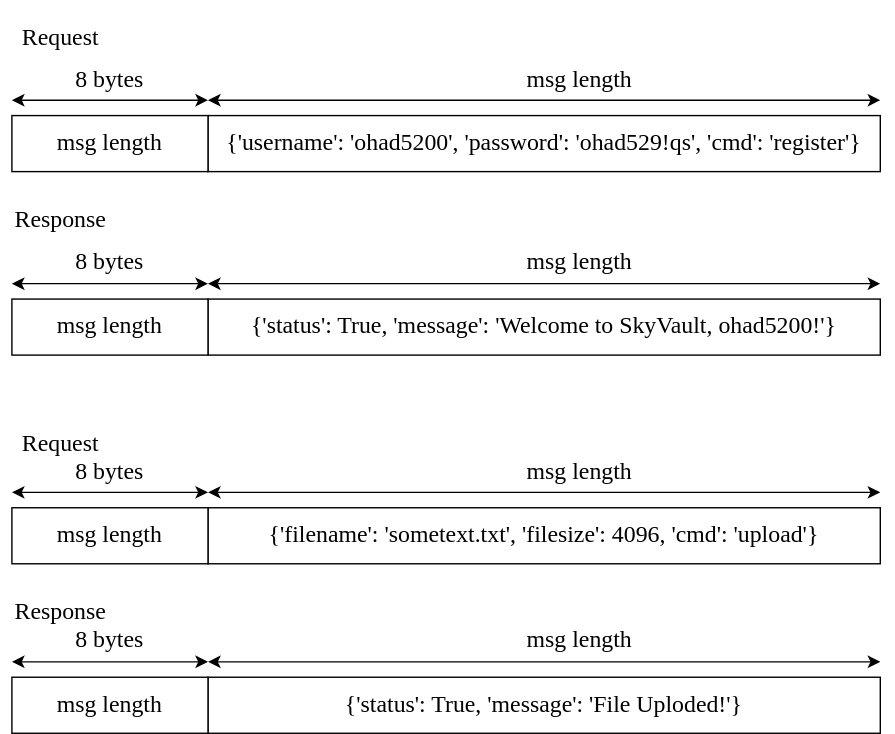
The draw.io diagram Drawing/protocol.svg in ohadbekhor0705/Project, before a commit. Source tidied: cells renumbered, new cells last; positions are measured from the earlier drawing's top-left corner, leaving out a move shared by most shapes.
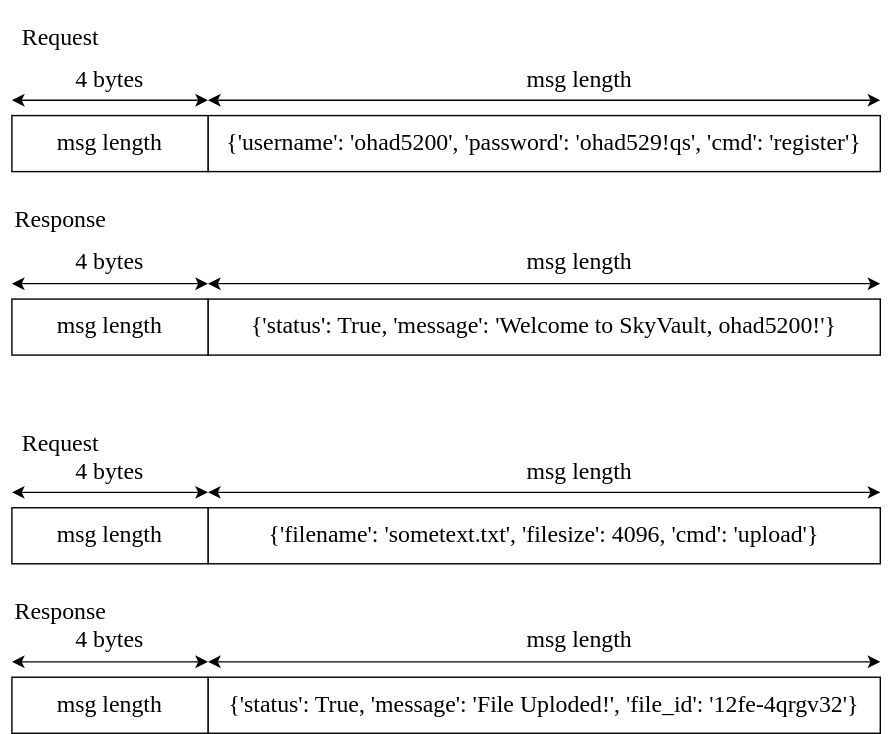
After the change.

The edit, as a diff of the source:
```diff
@@ -20,7 +20,7 @@
         <mxPoint x="620" y="59" as="targetPoint" />
       </mxGeometry>
     </mxCell>
-    <mxCell id="6" value="&lt;font face=&quot;Times New Roman&quot;&gt;8 bytes&lt;/font&gt;" style="text;html=1;align=center;verticalAlign=middle;whiteSpace=wrap;rounded=0;fontSize=17;" parent="1" vertex="1">
+    <mxCell id="6" value="&lt;font face=&quot;Times New Roman&quot;&gt;4 bytes&lt;/font&gt;" style="text;html=1;align=center;verticalAlign=middle;whiteSpace=wrap;rounded=0;fontSize=17;" parent="1" vertex="1">
       <mxGeometry x="40" y="30" width="60" height="30" as="geometry" />
     </mxCell>
     <mxCell id="7" value="&lt;font face=&quot;Times New Roman&quot;&gt;msg length&lt;/font&gt;" style="text;html=1;align=center;verticalAlign=middle;whiteSpace=wrap;rounded=0;fontSize=17;" parent="1" vertex="1">
@@ -44,7 +44,7 @@
         <mxPoint x="620" y="190" as="targetPoint" />
       </mxGeometry>
     </mxCell>
-    <mxCell id="12" value="&lt;font face=&quot;Times New Roman&quot;&gt;8 bytes&lt;/font&gt;" style="text;html=1;align=center;verticalAlign=middle;whiteSpace=wrap;rounded=0;fontSize=17;" parent="1" vertex="1">
+    <mxCell id="12" value="&lt;font face=&quot;Times New Roman&quot;&gt;4 bytes&lt;/font&gt;" style="text;html=1;align=center;verticalAlign=middle;whiteSpace=wrap;rounded=0;fontSize=17;" parent="1" vertex="1">
       <mxGeometry x="40" y="160" width="60" height="30" as="geometry" />
     </mxCell>
     <mxCell id="13" value="&lt;font face=&quot;Times New Roman&quot;&gt;msg length&lt;/font&gt;" style="text;html=1;align=center;verticalAlign=middle;whiteSpace=wrap;rounded=0;fontSize=17;" parent="1" vertex="1">
@@ -74,13 +74,13 @@
         <mxPoint x="620" y="339" as="targetPoint" />
       </mxGeometry>
     </mxCell>
-    <mxCell id="20" value="&lt;font face=&quot;Times New Roman&quot;&gt;8 bytes&lt;/font&gt;" style="text;html=1;align=center;verticalAlign=middle;whiteSpace=wrap;rounded=0;fontSize=17;" parent="1" vertex="1">
+    <mxCell id="20" value="&lt;font face=&quot;Times New Roman&quot;&gt;4 bytes&lt;/font&gt;" style="text;html=1;align=center;verticalAlign=middle;whiteSpace=wrap;rounded=0;fontSize=17;" parent="1" vertex="1">
       <mxGeometry x="40" y="310" width="60" height="30" as="geometry" />
     </mxCell>
     <mxCell id="21" value="&lt;font face=&quot;Times New Roman&quot;&gt;msg length&lt;/font&gt;" style="text;html=1;align=center;verticalAlign=middle;whiteSpace=wrap;rounded=0;fontSize=17;" parent="1" vertex="1">
       <mxGeometry x="363" y="310" width="85" height="30" as="geometry" />
     </mxCell>
-    <mxCell id="22" value="&lt;font&gt;{'status': True, 'message': 'File Uploded!'}&lt;/font&gt;" style="rounded=0;whiteSpace=wrap;html=1;fontSize=17;fontFamily=Times New Roman;labelBorderColor=none;" parent="1" vertex="1">
+    <mxCell id="22" value="&lt;font&gt;{'status': True, 'message': 'File Uploded!', 'file_id': '12fe-4qrgv32'}&lt;/font&gt;" style="rounded=0;whiteSpace=wrap;html=1;fontSize=17;fontFamily=Times New Roman;labelBorderColor=none;" parent="1" vertex="1">
       <mxGeometry x="140" y="471" width="480" height="40" as="geometry" />
     </mxCell>
     <mxCell id="23" value="&lt;font&gt;msg length&lt;/font&gt;" style="rounded=0;whiteSpace=wrap;html=1;fontSize=17;fontFamily=Times New Roman;" parent="1" vertex="1">
@@ -98,7 +98,7 @@
         <mxPoint x="620" y="460" as="targetPoint" />
       </mxGeometry>
     </mxCell>
-    <mxCell id="26" value="&lt;font face=&quot;Times New Roman&quot;&gt;8 bytes&lt;/font&gt;" style="text;html=1;align=center;verticalAlign=middle;whiteSpace=wrap;rounded=0;fontSize=17;" parent="1" vertex="1">
+    <mxCell id="26" value="&lt;font face=&quot;Times New Roman&quot;&gt;4 bytes&lt;/font&gt;" style="text;html=1;align=center;verticalAlign=middle;whiteSpace=wrap;rounded=0;fontSize=17;" parent="1" vertex="1">
       <mxGeometry x="40" y="430" width="60" height="30" as="geometry" />
     </mxCell>
     <mxCell id="27" value="&lt;font face=&quot;Times New Roman&quot;&gt;msg length&lt;/font&gt;" style="text;html=1;align=center;verticalAlign=middle;whiteSpace=wrap;rounded=0;fontSize=17;" parent="1" vertex="1">
```
